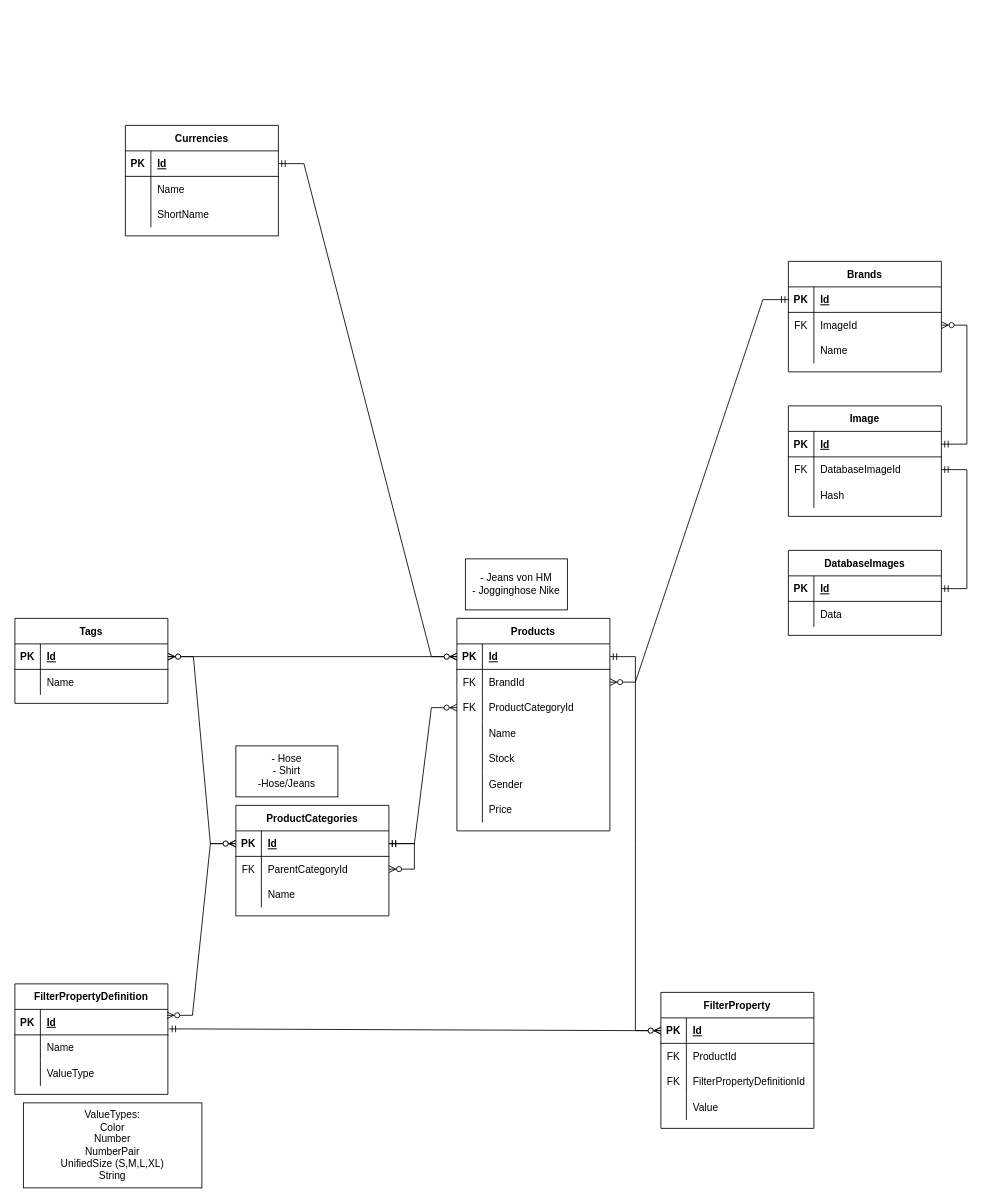
The draw.io diagram documentation/catalogue-service er diagram.drawio in deelk00/gca-project, before the edit. Source tidied: cells renumbered, new cells numbered last; positions are measured from the earlier drawing's top-left corner, leaving out a move shared by most shapes. Both pictures are drawn from the tidied source at 85%, with x=0, y=0 at pixel (14, 125).
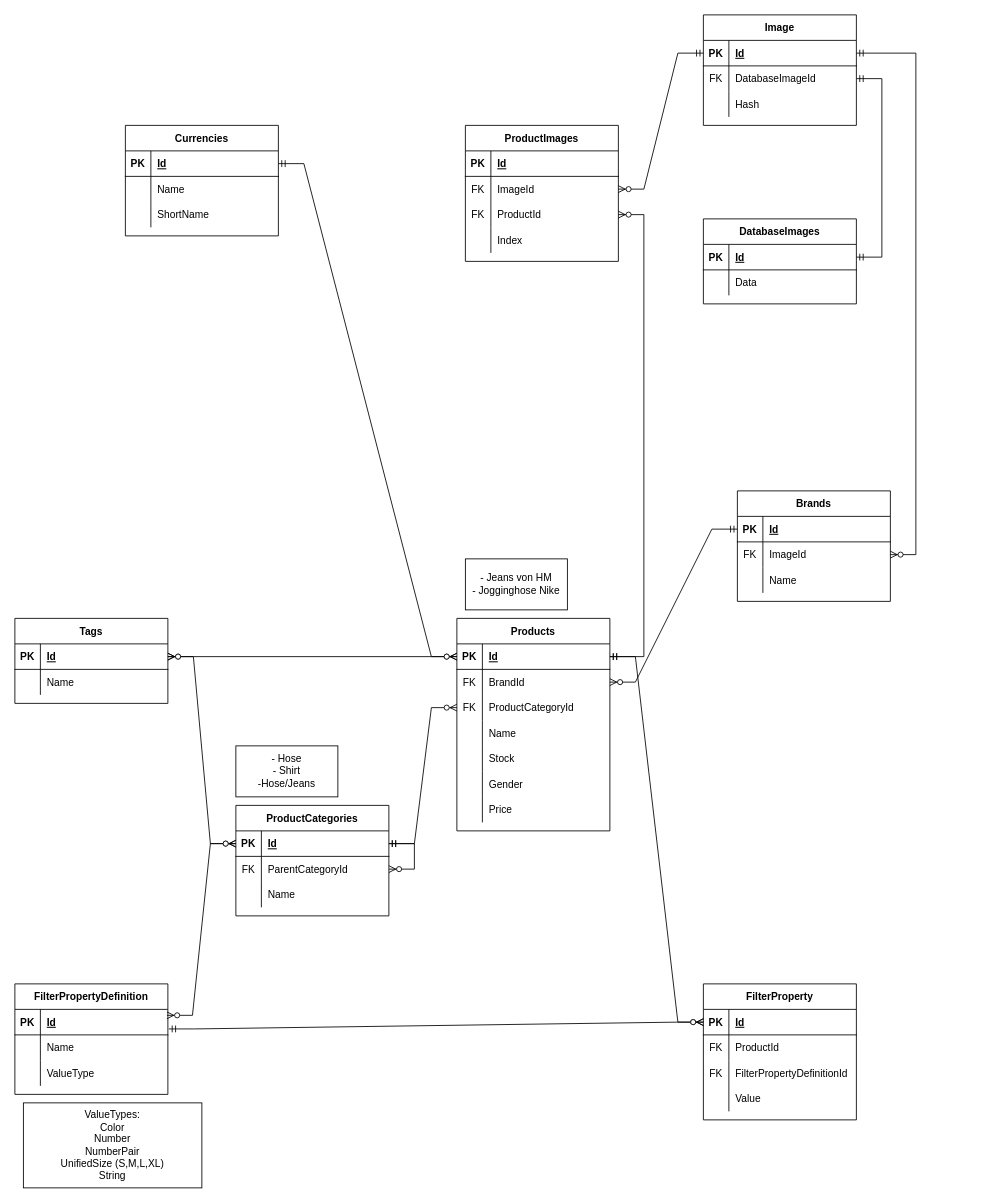
The same diagram, later.

The change refers to these unchanged cells:
```xml
<mxCell id="3" style="shape=tableRow;horizontal=0;startSize=0;swimlaneHead=0;swimlaneBody=0;fillColor=none;points=[[0,0.5],[1,0.5]];portConstraint=eastwest;top=0;left=0;right=0;bottom=1;" parent="2" vertex="1">
  <mxGeometry y="30" width="180" height="30" as="geometry" />
</mxCell>
<mxCell id="85" style="shape=partialRectangle;fillColor=none;top=0;left=0;bottom=1;right=0;points=[[0,0.5],[1,0.5]];portConstraint=eastwest;" parent="84" vertex="1">
  <mxGeometry y="30" width="180" height="30" as="geometry" />
</mxCell>
```

Change to the diagram source:
```diff
@@
     <mxCell id="59" value="FilterProperty" style="shape=table;startSize=30;childLayout=tableLayout;rowLines=0;fontStyle=1;align=center;" parent="1" vertex="1">
-      <mxGeometry x="760" y="1020" width="180" height="160" as="geometry" />
+      <mxGeometry x="810" y="1010" width="180" height="160" as="geometry" />
     </mxCell>
@@
     <mxCell id="74" value="Brands" style="shape=table;startSize=30;childLayout=tableLayout;rowLines=0;fontStyle=1;align=center;" parent="1" vertex="1">
-      <mxGeometry x="910" y="160" width="180" height="130" as="geometry" />
+      <mxGeometry x="850" y="430" width="180" height="130" as="geometry" />
     </mxCell>
@@
     <mxCell id="84" value="Image" style="shape=table;startSize=30;childLayout=tableLayout;rowLines=0;fontStyle=1;align=center;" parent="1" vertex="1">
-      <mxGeometry x="910" y="330" width="180" height="130" as="geometry" />
+      <mxGeometry x="810" y="-130" width="180" height="130" as="geometry" />
     </mxCell>
@@
     <mxCell id="106" value="DatabaseImages" style="shape=table;startSize=30;childLayout=tableLayout;rowLines=0;fontStyle=1;align=center;" parent="1" vertex="1">
-      <mxGeometry x="910" y="500" width="180" height="100" as="geometry" />
+      <mxGeometry x="810" y="110" width="180" height="100" as="geometry" />
     </mxCell>
@@
+    <mxCell id="115" value="ProductImages" style="shape=table;startSize=30;childLayout=tableLayout;rowLines=0;fontStyle=1;align=center;" parent="1" vertex="1">
+      <mxGeometry x="530" width="180" height="160" as="geometry" />
+    </mxCell>
+    <mxCell id="116" style="shape=partialRectangle;fillColor=none;top=0;left=0;bottom=1;right=0;" parent="115" vertex="1">
+      <mxGeometry y="30" width="180" height="30" as="geometry" />
+    </mxCell>
+    <mxCell id="117" value="PK" style="shape=partialRectangle;fillColor=none;top=0;left=0;bottom=0;right=0;fontStyle=1;overflow=hidden;" parent="116" vertex="1">
+      <mxGeometry width="30" height="30" as="geometry" />
+    </mxCell>
+    <mxCell id="118" value="Id" style="shape=partialRectangle;fillColor=none;top=0;left=0;bottom=0;right=0;align=left;spacingLeft=6;fontStyle=5;overflow=hidden;" parent="116" vertex="1">
+      <mxGeometry x="30" width="150" height="30" as="geometry" />
+    </mxCell>
+    <mxCell id="119" style="shape=partialRectangle;fillColor=none;top=0;left=0;bottom=0;right=0;points=[[0,0.5],[1,0.5]];portConstraint=eastwest;" parent="115" vertex="1">
+      <mxGeometry y="60" width="180" height="30" as="geometry" />
+    </mxCell>
+    <mxCell id="120" value="FK" style="shape=partialRectangle;fillColor=none;top=0;left=0;bottom=0;right=0;fontStyle=0;overflow=hidden;" parent="119" vertex="1">
+      <mxGeometry width="30" height="30" as="geometry" />
+    </mxCell>
+    <mxCell id="121" value="ImageId" style="shape=partialRectangle;fillColor=none;top=0;left=0;bottom=0;right=0;align=left;spacingLeft=6;fontStyle=0;overflow=hidden;" parent="119" vertex="1">
+      <mxGeometry x="30" width="150" height="30" as="geometry" />
+    </mxCell>
+    <mxCell id="122" style="shape=partialRectangle;fillColor=none;top=0;left=0;bottom=0;right=0;points=[[0,0.5],[1,0.5]];portConstraint=eastwest;" parent="115" vertex="1">
+      <mxGeometry y="90" width="180" height="30" as="geometry" />
+    </mxCell>
+    <mxCell id="123" value="FK" style="shape=partialRectangle;fillColor=none;top=0;left=0;bottom=0;right=0;fontStyle=0;overflow=hidden;" parent="122" vertex="1">
+      <mxGeometry width="30" height="30" as="geometry" />
+    </mxCell>
+    <mxCell id="124" value="ProductId" style="shape=partialRectangle;fillColor=none;top=0;left=0;bottom=0;right=0;align=left;spacingLeft=6;fontStyle=0;overflow=hidden;" parent="122" vertex="1">
+      <mxGeometry x="30" width="150" height="30" as="geometry" />
+    </mxCell>
+    <mxCell id="125" style="shape=partialRectangle;fillColor=none;top=0;left=0;bottom=0;right=0;" parent="115" vertex="1">
+      <mxGeometry y="120" width="180" height="30" as="geometry" />
+    </mxCell>
+    <mxCell id="126" style="shape=partialRectangle;fillColor=none;top=0;left=0;bottom=0;right=0;overflow=hidden;" parent="125" vertex="1">
+      <mxGeometry width="30" height="30" as="geometry" />
+    </mxCell>
+    <mxCell id="127" value="Index" style="shape=partialRectangle;fillColor=none;top=0;left=0;bottom=0;right=0;align=left;spacingLeft=6;overflow=hidden;" parent="125" vertex="1">
+      <mxGeometry x="30" width="150" height="30" as="geometry" />
+    </mxCell>
+    <mxCell id="128" style="edgeStyle=entityRelationEdgeStyle;fontSize=12;html=1;endArrow=ERzeroToMany;startArrow=ERmandOne;rounded=0;" parent="1" edge="1" source="3" target="122">
+      <mxGeometry relative="1" as="geometry" />
+    </mxCell>
+    <mxCell id="129" style="edgeStyle=entityRelationEdgeStyle;fontSize=12;html=1;endArrow=ERzeroToMany;startArrow=ERmandOne;rounded=0;" parent="1" edge="1" source="85" target="119">
+      <mxGeometry relative="1" as="geometry" />
+    </mxCell>
```
